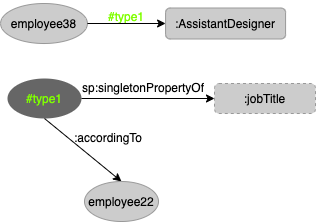
Above: lecture/images/Example-2-SingletonProperties.png in semantic-systems/rdf-star-tutorial (draw.io), before the change. Source tidied: cells renumbered, new cells last; positions are measured from the earlier drawing's top-left corner, leaving out a move shared by most shapes.
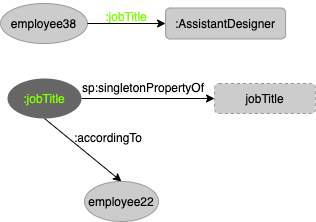
After the change.

The edit, as a diff of the source:
```diff
@@ -2,7 +2,7 @@
   <root>
     <mxCell id="0" />
     <mxCell id="1" parent="0" />
-    <mxCell id="2" value="&lt;font color=&quot;#80ff00&quot;&gt;#type1&lt;/font&gt;" style="ellipse;whiteSpace=wrap;html=1;fillColor=#666666;strokeColor=none;" parent="1" vertex="1">
+    <mxCell id="2" value="&lt;font color=&quot;#80ff00&quot;&gt;:jobTitle&lt;/font&gt;" style="ellipse;whiteSpace=wrap;html=1;fillColor=#666666;strokeColor=none;" parent="1" vertex="1">
       <mxGeometry x="7" y="77" width="74" height="40" as="geometry" />
     </mxCell>
     <mxCell id="3" style="endArrow=classic;html=1;rounded=0;entryX=0.5;entryY=0;entryDx=0;entryDy=0;exitX=0.5;exitY=1;exitDx=0;exitDy=0;" parent="1" edge="1" source="2" target="5">
@@ -20,13 +20,13 @@
     <mxCell id="7" value=":AssistantDesigner" style="rounded=1;whiteSpace=wrap;html=1;fontColor=#000000;strokeColor=#999999;fillColor=#CCCCCC;align=center;" parent="1" vertex="1">
       <mxGeometry x="165.1" y="6.5" width="120" height="31" as="geometry" />
     </mxCell>
-    <mxCell id="8" value="&lt;font color=&quot;#80ff00&quot;&gt;#type1&lt;/font&gt;" style="text;html=1;strokeColor=none;fillColor=none;align=center;verticalAlign=middle;whiteSpace=wrap;rounded=0;fontColor=#000000;" parent="1" vertex="1">
+    <mxCell id="8" value="&lt;font color=&quot;#80ff00&quot;&gt;:jobTitle&lt;/font&gt;" style="text;html=1;strokeColor=none;fillColor=none;align=center;verticalAlign=middle;whiteSpace=wrap;rounded=0;fontColor=#000000;" parent="1" vertex="1">
       <mxGeometry x="96.1" y="-0.5" width="60" height="30" as="geometry" />
     </mxCell>
     <mxCell id="9" style="endArrow=classic;html=1;rounded=0;fontColor=#FFFFFF;fillColor=#666666;entryX=0;entryY=0.5;entryDx=0;entryDy=0;exitX=1;exitY=0.5;exitDx=0;exitDy=0;" parent="1" edge="1" source="6" target="7">
       <mxGeometry relative="1" as="geometry" />
     </mxCell>
-    <mxCell id="10" value="&lt;span&gt;:jobTitle&lt;/span&gt;" style="rounded=1;whiteSpace=wrap;html=1;dashed=1;fillColor=#CCCCCC;strokeColor=#999999;" parent="1" vertex="1">
+    <mxCell id="10" value="&lt;span&gt;jobTitle&lt;/span&gt;" style="rounded=1;whiteSpace=wrap;html=1;dashed=1;fillColor=#CCCCCC;strokeColor=#999999;" parent="1" vertex="1">
       <mxGeometry x="214" y="82" width="101" height="30" as="geometry" />
     </mxCell>
     <mxCell id="11" style="endArrow=classic;html=1;rounded=0;fontColor=#80FF00;fillColor=#666666;exitX=1;exitY=0.5;exitDx=0;exitDy=0;entryX=0;entryY=0.5;entryDx=0;entryDy=0;" parent="1" edge="1" source="2" target="10">
```
